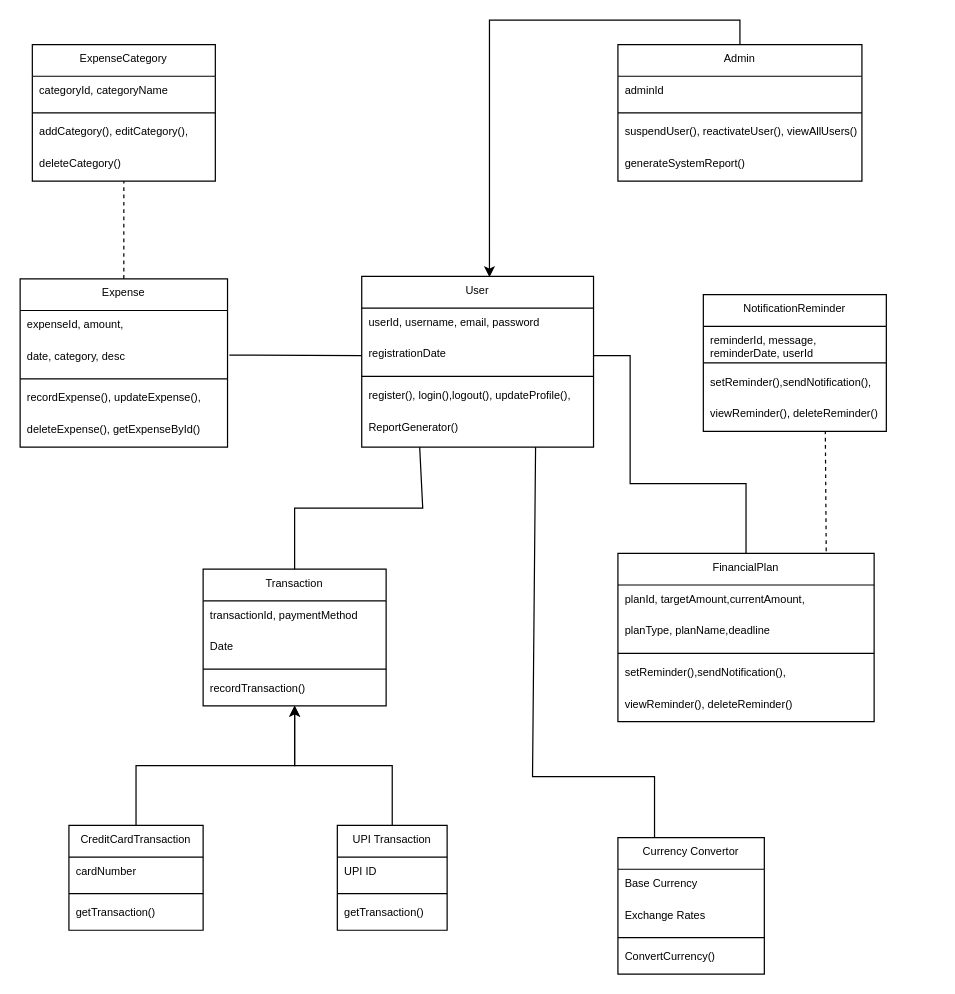
Before: diagrams/Software_eng.drawio in kingsmen732/etc, a draw.io diagram. Source tidied: cells renumbered, new cells numbered last; positions are measured from the earlier drawing's top-left corner, leaving out a move shared by most shapes. Both pictures are drawn from the tidied source at 122%, with x=0, y=0 at pixel (20, 44).
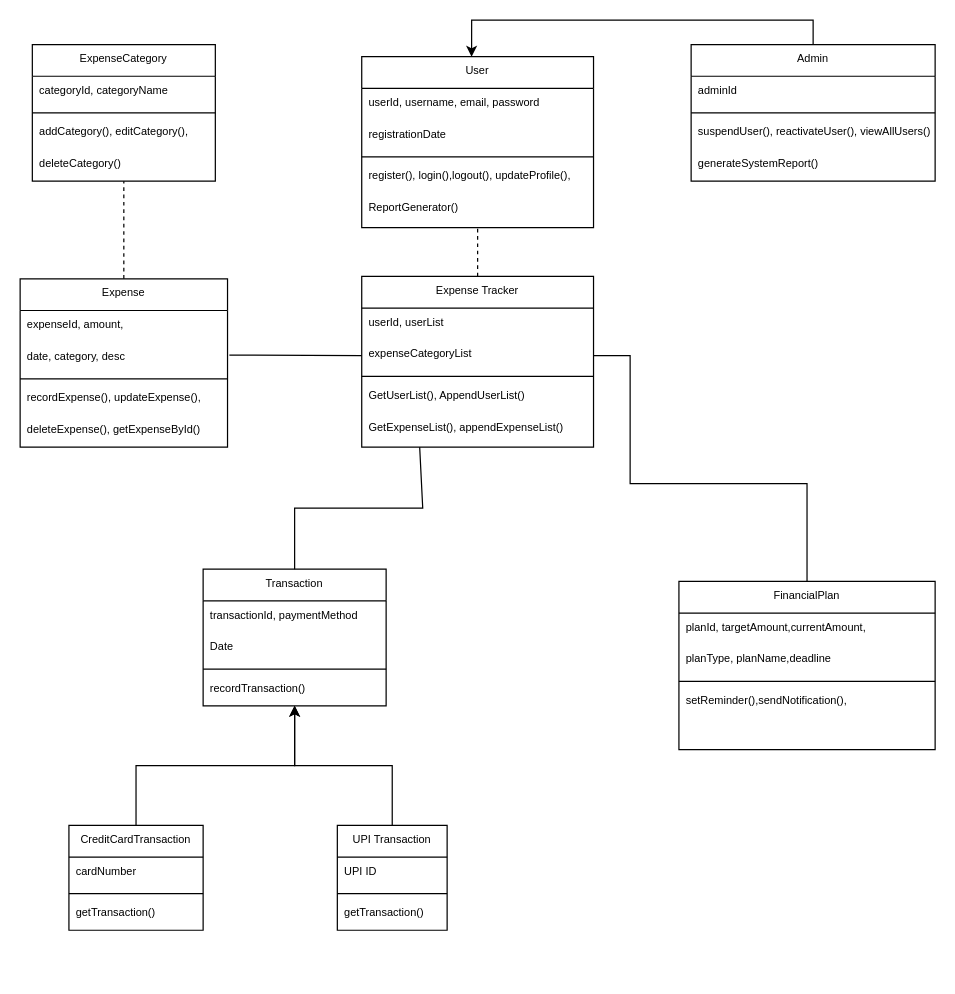
After the change.

Change to the diagram source:
```diff
@@
-    <mxCell id="17" value=" User " style="swimlane;fontStyle=0;align=center;verticalAlign=top;horizontal=1;startSize=26;rounded=0;shadow=0;strokeWidth=1;fontSize=9;" parent="1" vertex="1">
+    <mxCell id="17" value="Expense Tracker" style="swimlane;fontStyle=0;align=center;verticalAlign=top;horizontal=1;startSize=26;rounded=0;shadow=0;strokeWidth=1;fontSize=9;" parent="1" vertex="1">
       <mxGeometry x="280" y="190" width="190" height="140" as="geometry" />
     </mxCell>
-    <mxCell id="18" value="userId, username, email, password" style="text;align=left;verticalAlign=top;spacingLeft=4;spacingRight=4;overflow=hidden;fontSize=9;" parent="17" vertex="1">
+    <mxCell id="18" value="userId, userList" style="text;align=left;verticalAlign=top;spacingLeft=4;spacingRight=4;overflow=hidden;fontSize=9;" parent="17" vertex="1">
       <mxGeometry y="26" width="190" height="26" as="geometry" />
     </mxCell>
-    <mxCell id="19" value="registrationDate                  " style="text;align=left;verticalAlign=top;spacingLeft=4;spacingRight=4;overflow=hidden;points=[[0,0.5],[1,0.5]];portConstraint=eastwest;rounded=0;shadow=0;html=0;fontSize=9;" parent="17" vertex="1">
+    <mxCell id="19" value="expenseCategoryList" style="text;align=left;verticalAlign=top;spacingLeft=4;spacingRight=4;overflow=hidden;points=[[0,0.5],[1,0.5]];portConstraint=eastwest;rounded=0;shadow=0;html=0;fontSize=9;" parent="17" vertex="1">
       <mxGeometry y="52" width="190" height="26" as="geometry" />
     </mxCell>
@@
-    <mxCell id="21" value="register(), login(),logout(), updateProfile()," style="text;align=left;verticalAlign=top;spacingLeft=4;spacingRight=4;overflow=hidden;fontStyle=0;fontSize=9;" parent="17" vertex="1">
+    <mxCell id="21" value="GetUserList(), AppendUserList()" style="text;align=left;verticalAlign=top;spacingLeft=4;spacingRight=4;overflow=hidden;fontStyle=0;fontSize=9;" parent="17" vertex="1">
       <mxGeometry y="86" width="190" height="26" as="geometry" />
     </mxCell>
-    <mxCell id="22" value="ReportGenerator()" style="text;align=left;verticalAlign=top;spacingLeft=4;spacingRight=4;overflow=hidden;fontSize=9;" parent="17" vertex="1">
+    <mxCell id="22" value="GetExpenseList(), appendExpenseList()" style="text;align=left;verticalAlign=top;spacingLeft=4;spacingRight=4;overflow=hidden;fontSize=9;" parent="17" vertex="1">
       <mxGeometry y="112" width="190" height="26" as="geometry" />
     </mxCell>
     <mxCell id="23" value="Admin&#10;" style="swimlane;fontStyle=0;align=center;verticalAlign=top;horizontal=1;startSize=26;rounded=0;shadow=0;strokeWidth=1;fontSize=9;" parent="1" vertex="1">
-      <mxGeometry x="490" width="200" height="112" as="geometry" />
+      <mxGeometry x="550" width="200" height="112" as="geometry" />
     </mxCell>
@@
-    <mxCell id="39" style="edgeStyle=orthogonalEdgeStyle;rounded=0;jettySize=auto;html=1;exitX=0.5;exitY=0;exitDx=0;exitDy=0;entryX=0.551;entryY=0.005;entryDx=0;entryDy=0;entryPerimeter=0;" parent="1" edge="1" source="23" target="17">
+    <mxCell id="39" style="edgeStyle=orthogonalEdgeStyle;rounded=0;jettySize=auto;html=1;exitX=0.5;exitY=0;exitDx=0;exitDy=0;entryX=0.474;entryY=0;entryDx=0;entryDy=0;entryPerimeter=0;" parent="1" edge="1" source="23" target="62">
       <mxGeometry relative="1" as="geometry" />
     </mxCell>
@@
-    <mxCell id="41" value="NotificationReminder" style="swimlane;fontStyle=0;align=center;verticalAlign=top;horizontal=1;startSize=26;rounded=0;shadow=0;strokeWidth=1;fontSize=9;" parent="1" vertex="1">
-      <mxGeometry x="560" y="205" width="150" height="112" as="geometry" />
-    </mxCell>
-    <mxCell id="42" value="reminderId, message,&#10;reminderDate, userId" style="text;align=left;verticalAlign=top;spacingLeft=4;spacingRight=4;overflow=hidden;fontSize=9;" parent="41" vertex="1">
-      <mxGeometry y="26" width="150" height="26" as="geometry" />
-    </mxCell>
-    <mxCell id="43" style="line;html=1;strokeWidth=1;align=left;verticalAlign=middle;spacingTop=-1;spacingLeft=3;spacingRight=3;labelPosition=right;fontSize=9;" parent="41" vertex="1">
-      <mxGeometry y="52" width="150" height="8" as="geometry" />
-    </mxCell>
-    <mxCell id="44" value="setReminder(),sendNotification()," style="text;align=left;verticalAlign=top;spacingLeft=4;spacingRight=4;overflow=hidden;fontStyle=0;fontSize=9;" parent="41" vertex="1">
-      <mxGeometry y="60" width="150" height="26" as="geometry" />
-    </mxCell>
-    <mxCell id="45" value="viewReminder(), deleteReminder()" style="text;align=left;verticalAlign=top;spacingLeft=4;spacingRight=4;overflow=hidden;fontSize=9;" parent="41" vertex="1">
-      <mxGeometry y="86" width="150" height="26" as="geometry" />
-    </mxCell>
     <mxCell id="46" style="endArrow=none;html=1;rounded=0;exitX=1;exitY=0.5;exitDx=0;exitDy=0;" parent="1" edge="1" source="19" target="48">
       <mxGeometry relative="1" as="geometry">
         <Array as="points">
           <mxPoint x="500" y="255" />
           <mxPoint x="500" y="360" />
-          <mxPoint x="595" y="360" />
+          <mxPoint x="645" y="360" />
         </Array>
       </mxGeometry>
     </mxCell>
@@
     <mxCell id="48" value=" FinancialPlan " style="swimlane;fontStyle=0;align=center;verticalAlign=top;horizontal=1;startSize=26;rounded=0;shadow=0;strokeWidth=1;fontSize=9;" parent="1" vertex="1">
-      <mxGeometry x="490" y="417" width="210" height="138" as="geometry" />
+      <mxGeometry x="540" y="440" width="210" height="138" as="geometry" />
     </mxCell>
@@
-    <mxCell id="53" value="viewReminder(), deleteReminder()" style="text;align=left;verticalAlign=top;spacingLeft=4;spacingRight=4;overflow=hidden;fontSize=9;" parent="48" vertex="1">
-      <mxGeometry y="112" width="210" height="26" as="geometry" />
-    </mxCell>
-    <mxCell id="54" style="endArrow=none;dashed=1;html=1;rounded=0;entryX=0.5;entryY=1;entryDx=0;entryDy=0;exitX=0.813;exitY=-0.012;exitDx=0;exitDy=0;exitPerimeter=0;" parent="1" edge="1" source="48">
-      <mxGeometry relative="1" as="geometry">
-        <mxPoint x="660" y="317" as="targetPoint" />
-      </mxGeometry>
-    </mxCell>
-    <mxCell id="55" value="Currency Convertor" style="swimlane;fontStyle=0;align=center;verticalAlign=top;horizontal=1;startSize=26;rounded=0;shadow=0;strokeWidth=1;fontSize=9;" parent="1" vertex="1">
-      <mxGeometry x="490" y="650" width="120" height="112" as="geometry" />
-    </mxCell>
-    <mxCell id="56" value="Base Currency" style="text;align=left;verticalAlign=top;spacingLeft=4;spacingRight=4;overflow=hidden;fontSize=9;" parent="55" vertex="1">
-      <mxGeometry y="26" width="120" height="26" as="geometry" />
-    </mxCell>
-    <mxCell id="57" value="Exchange Rates" style="text;align=left;verticalAlign=top;spacingLeft=4;spacingRight=4;overflow=hidden;fontSize=9;" parent="55" vertex="1">
-      <mxGeometry y="52" width="120" height="26" as="geometry" />
-    </mxCell>
-    <mxCell id="58" style="line;html=1;strokeWidth=1;align=left;verticalAlign=middle;spacingTop=-1;spacingLeft=3;spacingRight=3;labelPosition=right;fontSize=9;" parent="55" vertex="1">
-      <mxGeometry y="78" width="120" height="8" as="geometry" />
-    </mxCell>
-    <mxCell id="59" value="ConvertCurrency()" style="text;align=left;verticalAlign=top;spacingLeft=4;spacingRight=4;overflow=hidden;fontStyle=0;fontSize=9;" parent="55" vertex="1">
-      <mxGeometry y="86" width="120" height="26" as="geometry" />
-    </mxCell>
-    <mxCell id="60" style="endArrow=none;html=1;rounded=0;entryX=0.75;entryY=1;entryDx=0;entryDy=0;exitX=0.25;exitY=0;exitDx=0;exitDy=0;" parent="1" edge="1" source="55" target="17">
-      <mxGeometry relative="1" as="geometry">
-        <Array as="points">
-          <mxPoint x="520" y="600" />
-          <mxPoint x="420" y="600" />
-        </Array>
-      </mxGeometry>
-    </mxCell>
@@
+    <mxCell id="62" value=" User " style="swimlane;fontStyle=0;align=center;verticalAlign=top;horizontal=1;startSize=26;rounded=0;shadow=0;strokeWidth=1;fontSize=9;" parent="1" vertex="1">
+      <mxGeometry x="280" y="10" width="190" height="140" as="geometry" />
+    </mxCell>
+    <mxCell id="63" value="userId, username, email, password" style="text;align=left;verticalAlign=top;spacingLeft=4;spacingRight=4;overflow=hidden;fontSize=9;" parent="62" vertex="1">
+      <mxGeometry y="26" width="190" height="26" as="geometry" />
+    </mxCell>
+    <mxCell id="64" value="registrationDate                  " style="text;align=left;verticalAlign=top;spacingLeft=4;spacingRight=4;overflow=hidden;rounded=0;shadow=0;html=0;fontSize=9;" parent="62" vertex="1">
+      <mxGeometry y="52" width="190" height="26" as="geometry" />
+    </mxCell>
+    <mxCell id="65" style="line;html=1;strokeWidth=1;align=left;verticalAlign=middle;spacingTop=-1;spacingLeft=3;spacingRight=3;labelPosition=right;fontSize=9;" parent="62" vertex="1">
+      <mxGeometry y="78" width="190" height="8" as="geometry" />
+    </mxCell>
+    <mxCell id="66" value="register(), login(),logout(), updateProfile()," style="text;align=left;verticalAlign=top;spacingLeft=4;spacingRight=4;overflow=hidden;fontStyle=0;fontSize=9;" parent="62" vertex="1">
+      <mxGeometry y="86" width="190" height="26" as="geometry" />
+    </mxCell>
+    <mxCell id="67" value="ReportGenerator()" style="text;align=left;verticalAlign=top;spacingLeft=4;spacingRight=4;overflow=hidden;fontSize=9;" parent="62" vertex="1">
+      <mxGeometry y="112" width="190" height="26" as="geometry" />
+    </mxCell>
+    <mxCell id="68" style="endArrow=none;dashed=1;html=1;rounded=0;entryX=0.5;entryY=1;entryDx=0;entryDy=0;exitX=0.5;exitY=0;exitDx=0;exitDy=0;" parent="1" edge="1" source="17" target="62">
+      <mxGeometry relative="1" as="geometry" />
+    </mxCell>
```
